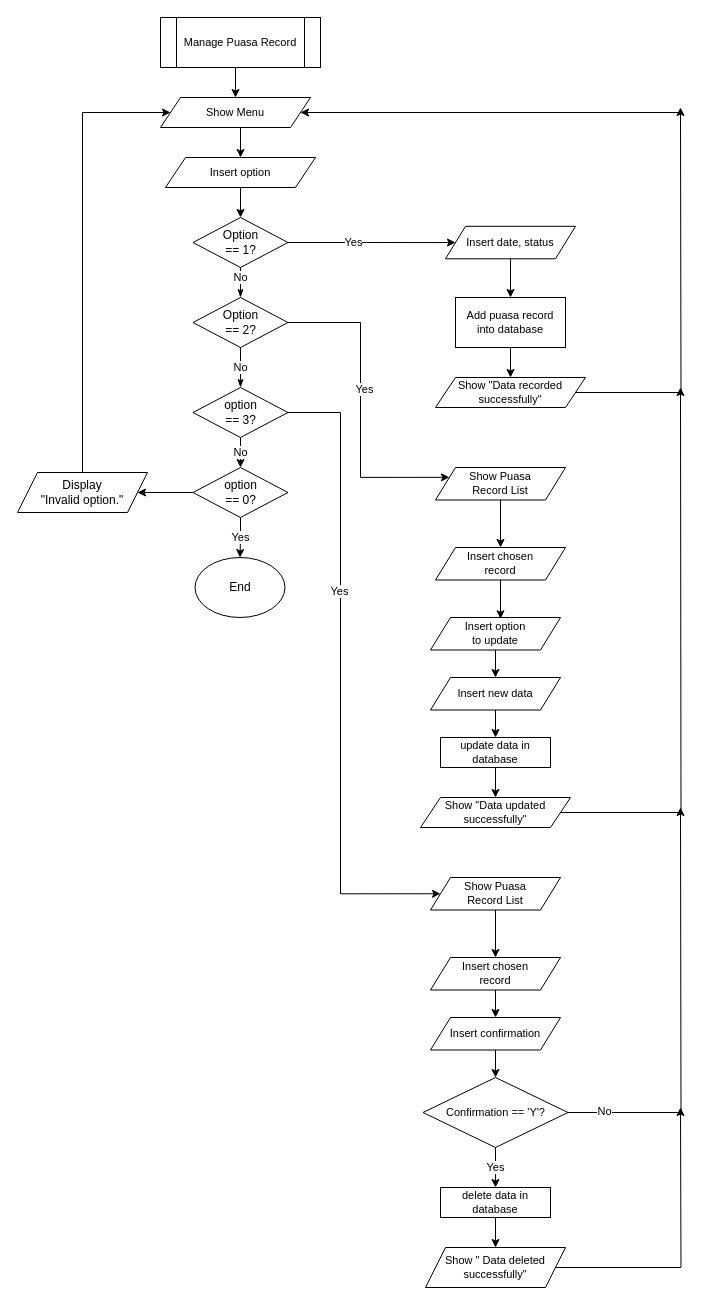
nurezzajeslin/Week2ClassDiagram keeps this draw.io diagram as page "Puasa Record" (2 of 5) of Flowchart.drawio. Above is the earlier version. Source tidied: cells renumbered, new cells numbered last; positions are measured from the earlier drawing's top-left corner, leaving out a move shared by most shapes. Both pictures are drawn from the tidied source at 100%, with x=0, y=0 at pixel (17, 17).
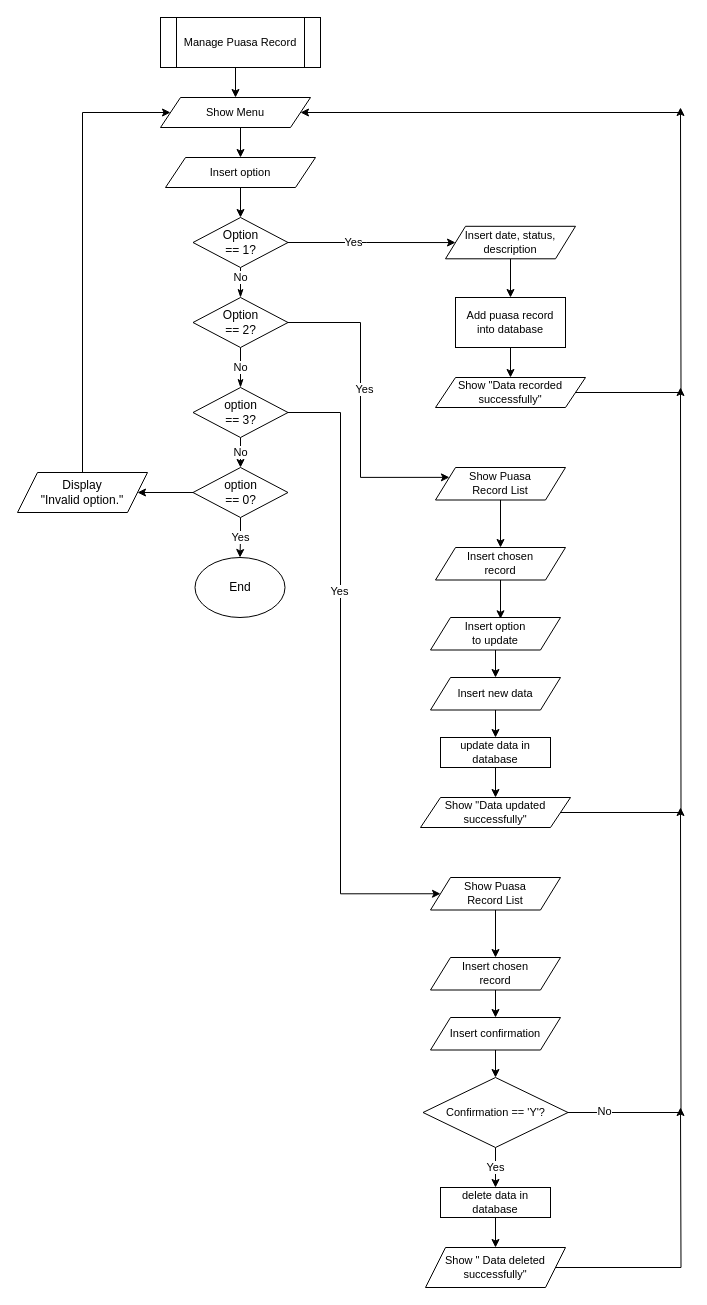
Above is the later version.

Change to the diagram source:
```diff
@@
-    <mxCell id="21" value="Insert date, status" style="shape=parallelogram;perimeter=parallelogramPerimeter;whiteSpace=wrap;html=1;fixedSize=1;fontSize=11;" parent="1" vertex="1">
+    <mxCell id="21" value="Insert date, status, description" style="shape=parallelogram;perimeter=parallelogramPerimeter;whiteSpace=wrap;html=1;fixedSize=1;fontSize=11;" parent="1" vertex="1">
       <mxGeometry x="428" y="208.8" width="130" height="32.5" as="geometry" />
     </mxCell>
```
